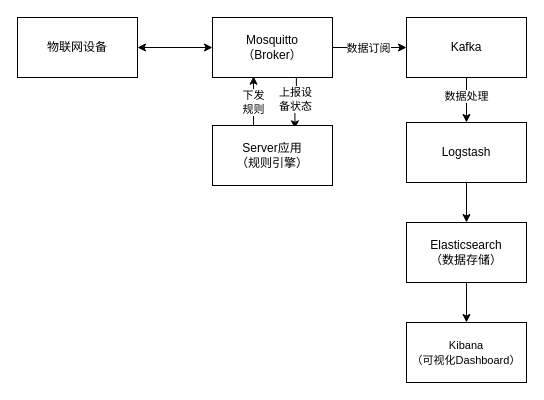
This is 专利-一种基于物联网设备的数据采集与消息处理方法.drawio from sjxbg/xmindfile, a draw.io file, before an edit. Source tidied: cells renumbered, new cells numbered last; positions are measured from the earlier drawing's top-left corner, leaving out a move shared by most shapes. Both pictures are drawn from the tidied source at 100%, with x=0, y=0 at pixel (17, 17).
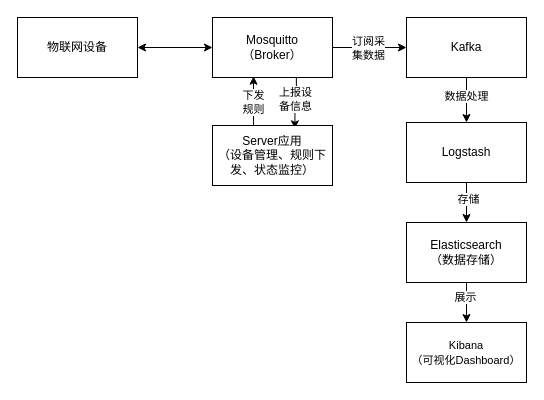
After the change.

Commit message (it also covers changes not shown here):
更新专利-一种基于物联网设备的数据采集与消息处理方法.drawio

The change refers to these unchanged cells:
```xml
<mxCell id="6" style="edgeStyle=orthogonalEdgeStyle;rounded=0;jettySize=auto;html=1;exitX=0.699;exitY=0.988;exitDx=0;exitDy=0;exitPerimeter=0;entryX=0.687;entryY=0.055;entryDx=0;entryDy=0;entryPerimeter=0;" parent="1" edge="1" source="8" target="14">
  <mxGeometry relative="1" as="geometry" />
</mxCell>
<mxCell id="8" value="Mosquitto&lt;br&gt;（Broker）" style="rounded=0;whiteSpace=wrap;html=1;" parent="1" vertex="1">
  <mxGeometry x="195" width="120" height="60" as="geometry" />
</mxCell>
<mxCell id="11" value="Kafka" style="rounded=0;whiteSpace=wrap;html=1;" parent="1" vertex="1">
  <mxGeometry x="389" width="120" height="60" as="geometry" />
</mxCell>
<mxCell id="15" style="edgeStyle=orthogonalEdgeStyle;rounded=0;jettySize=auto;html=1;" parent="1" edge="1" source="16" target="19">
  <mxGeometry relative="1" as="geometry" />
</mxCell>
<mxCell id="17" style="edgeStyle=orthogonalEdgeStyle;rounded=0;jettySize=auto;html=1;" parent="1" edge="1" source="18" target="16">
  <mxGeometry relative="1" as="geometry" />
</mxCell>
```

Diff of the diagram source:
```diff
@@
-    <mxCell id="4" style="edgeStyle=orthogonalEdgeStyle;rounded=0;jettySize=auto;html=1;" parent="1" edge="1" source="8" target="11">
+    <mxCell id="4" style="edgeStyle=orthogonalEdgeStyle;rounded=0;jettySize=auto;html=1;startArrow=none;startFill=0;endArrow=classic;endFill=1;" parent="1" edge="1" source="8" target="11">
       <mxGeometry relative="1" as="geometry" />
     </mxCell>
-    <mxCell id="5" value="数据订阅" style="edgeLabel;html=1;align=center;verticalAlign=middle;" parent="4" vertex="1">
+    <mxCell id="5" value="订阅采&lt;div&gt;集数据&lt;/div&gt;" style="edgeLabel;html=1;align=center;verticalAlign=middle;" parent="4" vertex="1">
       <mxGeometry x="-0.05" relative="1" as="geometry" />
     </mxCell>
@@
-    <mxCell id="7" value="上报设&lt;br&gt;备状态" style="edgeLabel;html=1;align=center;verticalAlign=middle;" parent="6" vertex="1">
+    <mxCell id="7" value="上报设&lt;br&gt;备信息" style="edgeLabel;html=1;align=center;verticalAlign=middle;" parent="6" vertex="1">
       <mxGeometry x="-0.22" y="-1" relative="1" as="geometry">
         <mxPoint y="1" as="offset" />
       </mxGeometry>
     </mxCell>
@@
-    <mxCell id="14" value="Server应用&lt;br&gt;（规则引擎）" style="rounded=0;whiteSpace=wrap;html=1;" parent="1" vertex="1">
+    <mxCell id="14" value="Server应用&lt;br&gt;（设备管理、规则下发、状态监控）" style="rounded=0;whiteSpace=wrap;html=1;" parent="1" vertex="1">
       <mxGeometry x="195" y="108" width="120" height="60" as="geometry" />
     </mxCell>
@@
+    <mxCell id="20" value="展示" style="edgeLabel;html=1;align=center;verticalAlign=middle;" parent="15" vertex="1">
+      <mxGeometry x="-0.29" y="-2" relative="1" as="geometry" />
+    </mxCell>
@@
+    <mxCell id="21" value="存储" style="edgeLabel;html=1;align=center;verticalAlign=middle;" parent="17" vertex="1">
+      <mxGeometry x="-0.21" y="1" relative="1" as="geometry" />
+    </mxCell>
```
